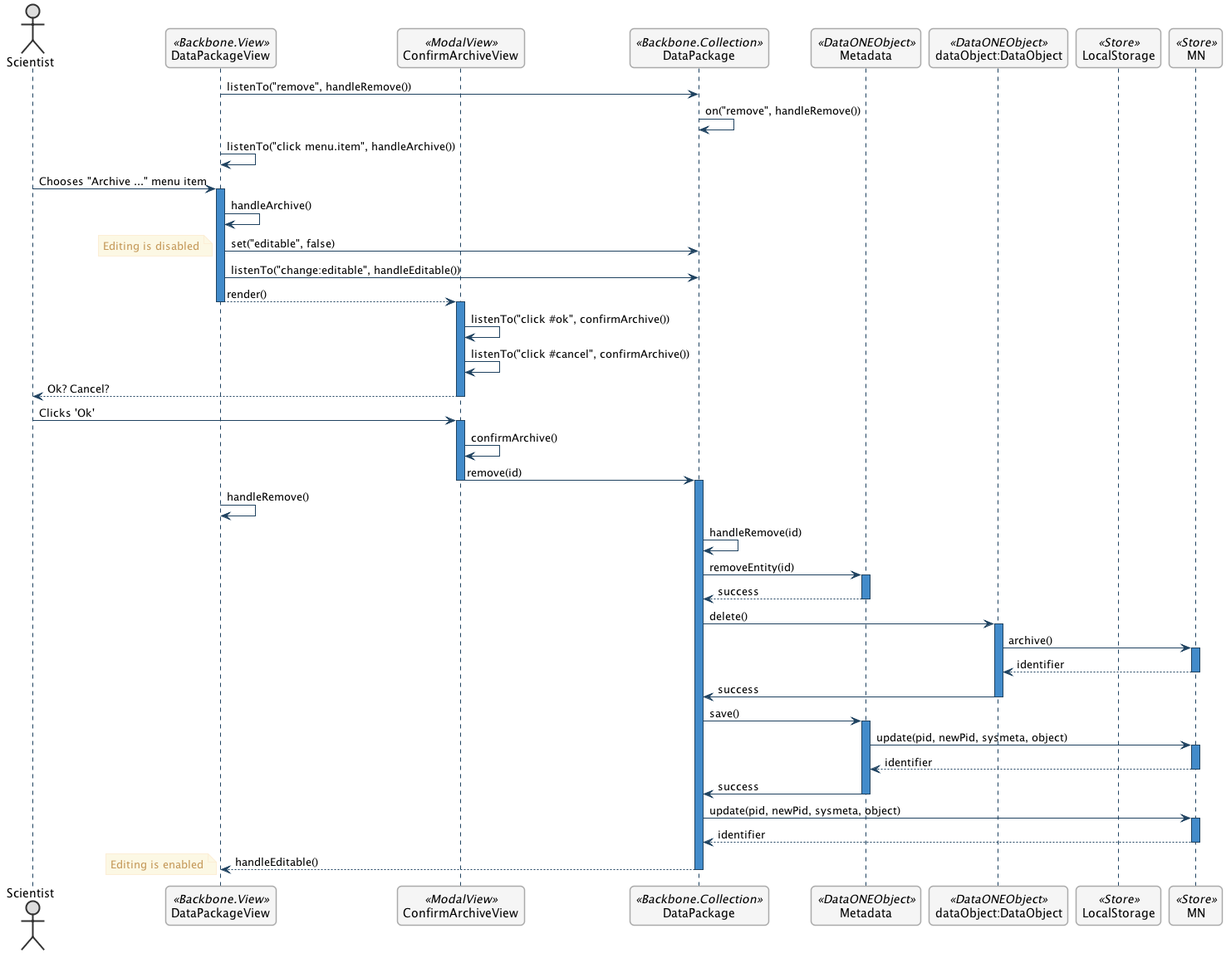
Earlier version of the PlantUML export metacatui/docs/design/editor/use-cases/images/archive-a-file-sequence-diagram.png (NCEAS/metacatui). Source of this version:
```plantuml
@startuml images/archive-a-file-sequence-diagram.png

      skinparam shadowing false
      skinparam roundcorner 10

      skinparam sequence {
      	ArrowColor #1F4260
      	LifeLineBorderColor #1F4260
      	LifeLineBackgroundColor #428BCA
      	ParticipantBorderColor #AAAAAA
      	ParticipantBackgroundColor #F5F5F5
        ActorBackgroundColor #DDDDDD
        ActorBorderColor #333333
      }

      skinparam noteFontColor #C49858
      skinparam note {
        BackgroundColor #FCF8E4
        BorderColor #FCEED6
      }

      skinparam class {
        BackgroundColor #F5F5F5
        BorderColor #333333
        ArrowColor #333333
      }

      skinparam packageFontColor #9DA0A4
      skinparam package {
        BorderColor #CCCCCC
      }

  skinparam SequenceGroupBorderColor #AAAAAA
  skinparam SequenceGroupBorderThickness #AAAAAA

  actor "Scientist"
  participant DataPackageView as PackageView <<Backbone.View>>
  participant ConfirmArchiveView as ConfirmArchiveView  <<ModalView>>
  participant DataPackage as DataPackage <<Backbone.Collection>>
  participant Metadata as Metadata <<DataONEObject>>
  participant DataObject as "dataObject:DataObject" <<DataONEObject>>
  participant LocalStorage as LocalStore  <<Store>>
  participant MN as MN  <<Store>>

  PackageView -> DataPackage : listenTo("remove", handleRemove())
  DataPackage -> DataPackage : on("remove", handleRemove())

  PackageView -> PackageView : listenTo("click menu.item", handleArchive())
  Scientist -> PackageView : Chooses "Archive ..." menu item

  activate PackageView
    PackageView -> PackageView : handleArchive()
    PackageView -> DataPackage : set("editable", false)
    note left
      Editing is disabled
    end note
    PackageView -> DataPackage : listenTo("change:editable", handleEditable())
    PackageView --> ConfirmArchiveView : render()
  deactivate PackageView

  activate ConfirmArchiveView
    ConfirmArchiveView -> ConfirmArchiveView : listenTo("click #ok", confirmArchive())
    ConfirmArchiveView -> ConfirmArchiveView : listenTo("click #cancel", confirmArchive())
    ConfirmArchiveView --> Scientist: Ok? Cancel?
  deactivate ConfirmArchiveView

  Scientist -> ConfirmArchiveView : Clicks 'Ok'
  activate ConfirmArchiveView
    ConfirmArchiveView -> ConfirmArchiveView : confirmArchive()
    ConfirmArchiveView -> DataPackage : remove(id)
  deactivate ConfirmArchiveView

  activate DataPackage
  PackageView -> PackageView : handleRemove()
    DataPackage -> DataPackage : handleRemove(id)
    DataPackage -> Metadata : removeEntity(id)
    activate Metadata
      Metadata --> DataPackage : success
    deactivate Metadata

    DataPackage -> DataObject : delete()
    activate DataObject
      DataObject -> MN : archive()
      activate MN
        MN --> DataObject : identifier
      deactivate MN
      DataObject -> DataPackage : success
    deactivate DataObject

    DataPackage -> Metadata : save()
    activate Metadata
      Metadata -> MN : update(pid, newPid, sysmeta, object)
      activate MN
        MN --> Metadata : identifier
      deactivate MN
      Metadata -> DataPackage : success
    deactivate Metadata

    DataPackage -> MN : update(pid, newPid, sysmeta, object)
    activate MN
      MN --> DataPackage : identifier
    deactivate MN

    DataPackage --> PackageView : handleEditable()
    note left
      Editing is enabled
    end note
  deactivate DataPackage

@enduml
```
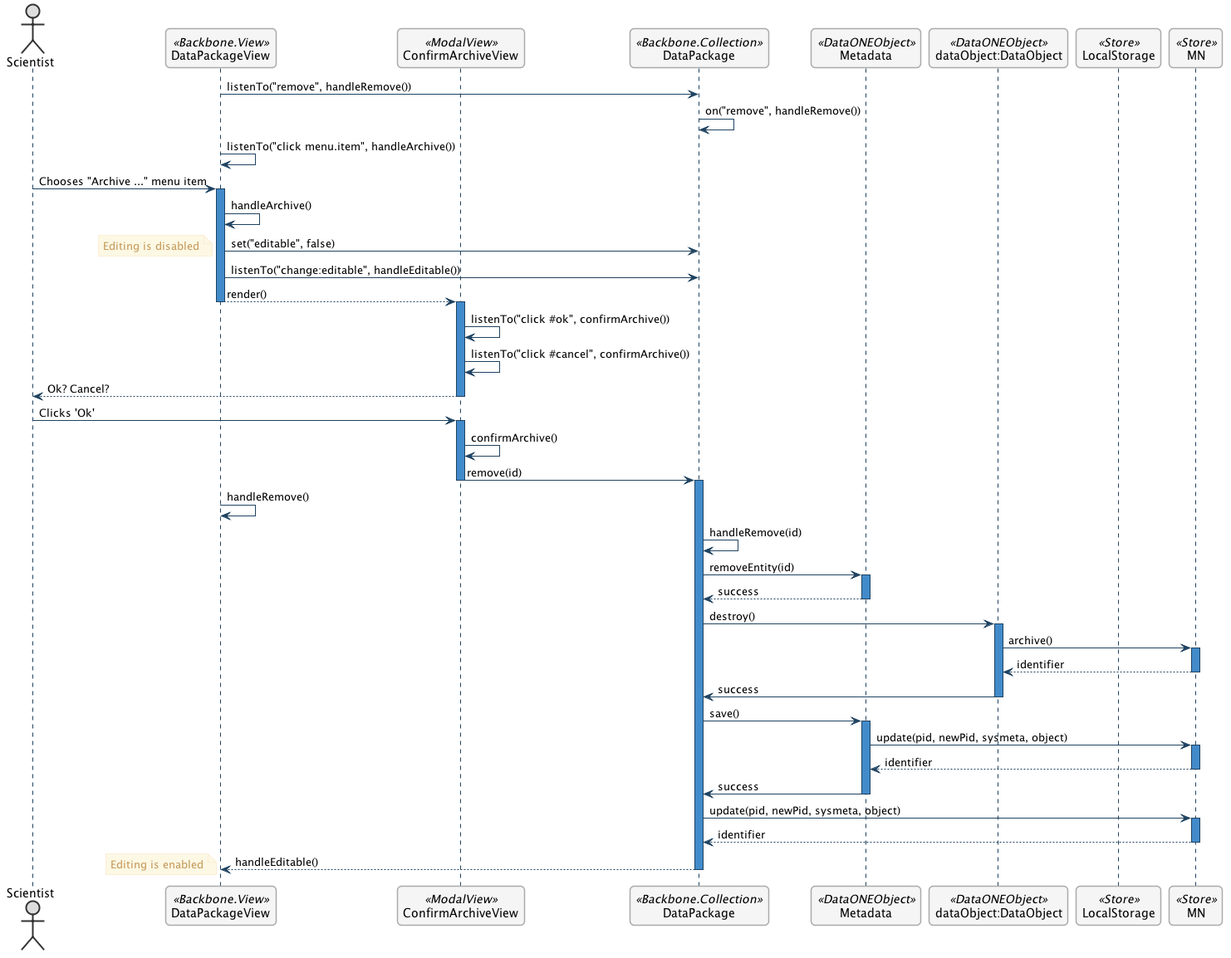
After the change.

Commit message:
Call destroy(), not delete() on the model.

refs https://projects.ecoinformatics.org/ecoinfo/issues/7046

Diff of the diagram source:
```diff
@@ -78,7 +78,7 @@
       Metadata --> DataPackage : success
     deactivate Metadata
 
-    DataPackage -> DataObject : delete()
+    DataPackage -> DataObject : destroy()
     activate DataObject
       DataObject -> MN : archive()
       activate MN
```
